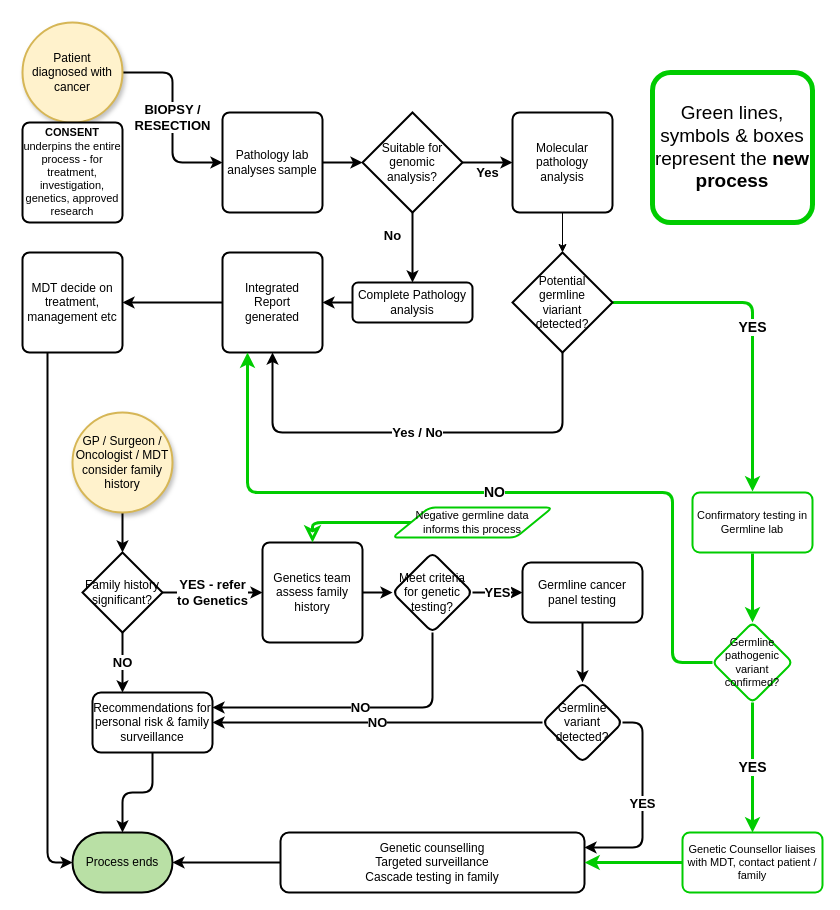
This is BasicCancerFlow.drawio from mckeelab/cancerflow, a draw.io file, before an edit. Source tidied: cells renumbered, new cells numbered last; positions are measured from the earlier drawing's top-left corner, leaving out a move shared by most shapes. Both pictures are drawn from the tidied source at 100%, with x=0, y=0 at pixel (22, 22).
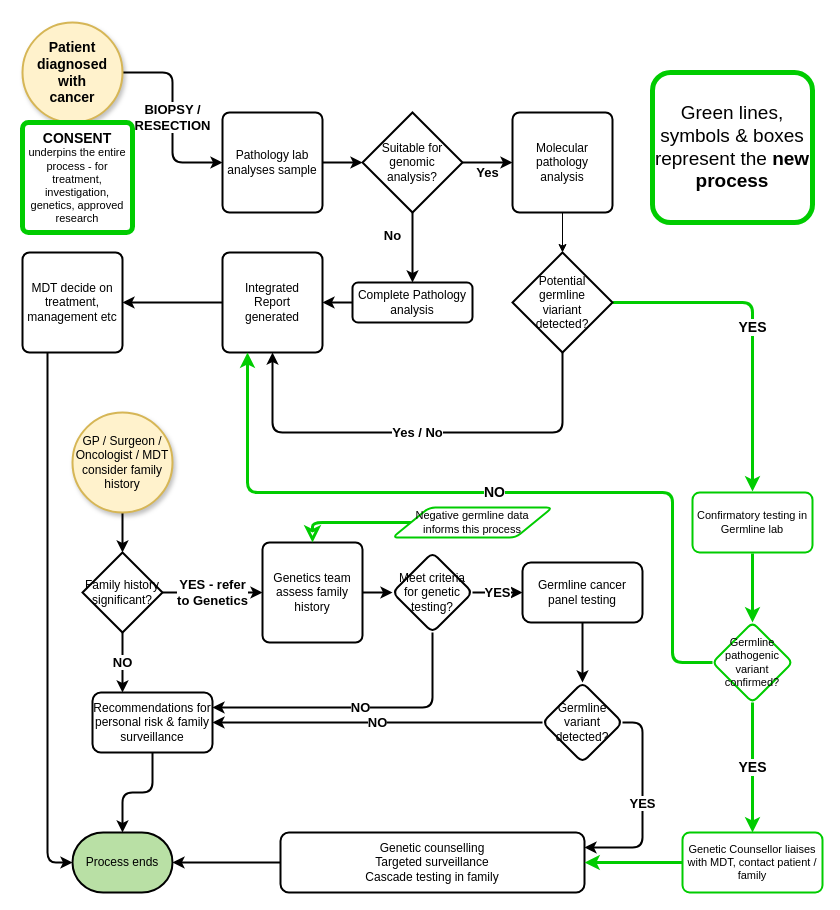
After the change.

Commit message:
outline new consent process in green

Diff of the diagram source:
```diff
@@
-    <mxCell id="19" value="Patient &lt;br&gt;diagnosed with &lt;br&gt;cancer" style="strokeWidth=2;html=1;shape=mxgraph.flowchart.start_2;whiteSpace=wrap;fillColor=#fff2cc;strokeColor=#d6b656;shadow=1;" parent="1" vertex="1">
+    <mxCell id="19" value="Patient &lt;br style=&quot;font-size: 14px;&quot;&gt;diagnosed with &lt;br style=&quot;font-size: 14px;&quot;&gt;cancer" style="strokeWidth=2;html=1;shape=mxgraph.flowchart.start_2;whiteSpace=wrap;fillColor=#fff2cc;strokeColor=#d6b656;shadow=1;fontSize=14;fontStyle=1;" parent="1" vertex="1">
       <mxGeometry width="100" height="100" as="geometry" />
     </mxCell>
@@
-    <mxCell id="51" value="&lt;b&gt;CONSENT &lt;/b&gt;underpins the entire process - for treatment, investigation, genetics, approved research" style="rounded=1;whiteSpace=wrap;html=1;absoluteArcSize=1;arcSize=14;strokeWidth=2;fontFamily=Helvetica;fontSize=11;fontColor=default;" parent="1" vertex="1">
-      <mxGeometry y="100" width="100" height="100" as="geometry" />
+    <mxCell id="51" value="&lt;b style=&quot;&quot;&gt;&lt;font style=&quot;font-size: 14px;&quot;&gt;CONSENT&lt;/font&gt;&lt;br&gt;&lt;/b&gt;underpins the entire process - for treatment, investigation, genetics, approved research" style="rounded=1;whiteSpace=wrap;html=1;absoluteArcSize=1;arcSize=12;strokeWidth=5;fontFamily=Helvetica;fontSize=11;fontColor=default;strokeColor=#00CC00;" parent="1" vertex="1">
+      <mxGeometry y="100" width="110" height="110" as="geometry" />
     </mxCell>
```
